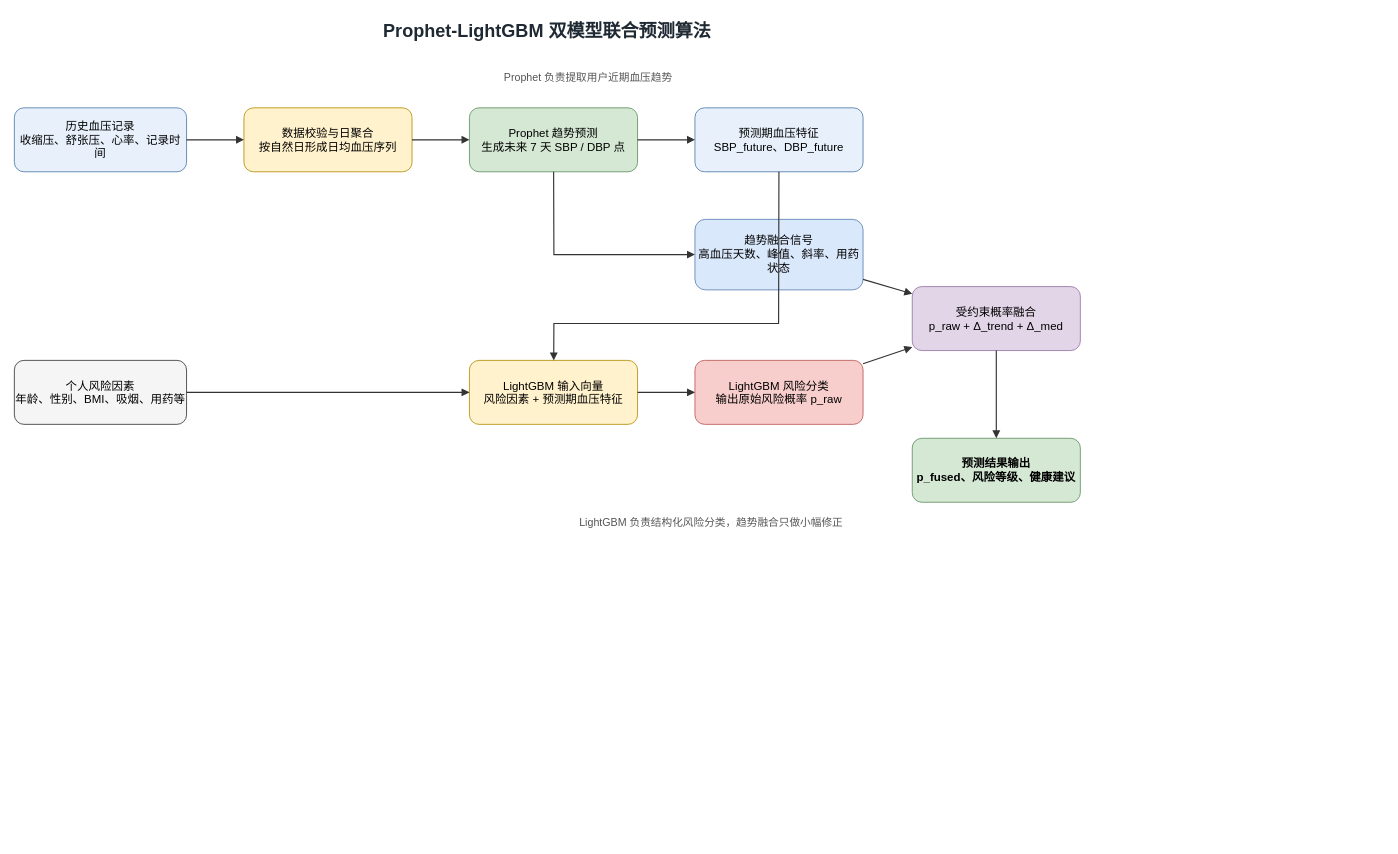
Earlier version of the draw.io diagram lunwen-doc/论文写作材料/thesis-assets/diagrams/figure-4-4-dual-model-algorithm.drawio (dylancao9527/HPS). Source tidied: cells renumbered, new cells numbered last; positions are measured from the earlier drawing's top-left corner, leaving out a move shared by most shapes. Both pictures are drawn from the tidied source at 82%, with x=0, y=0 at pixel (14, 14).
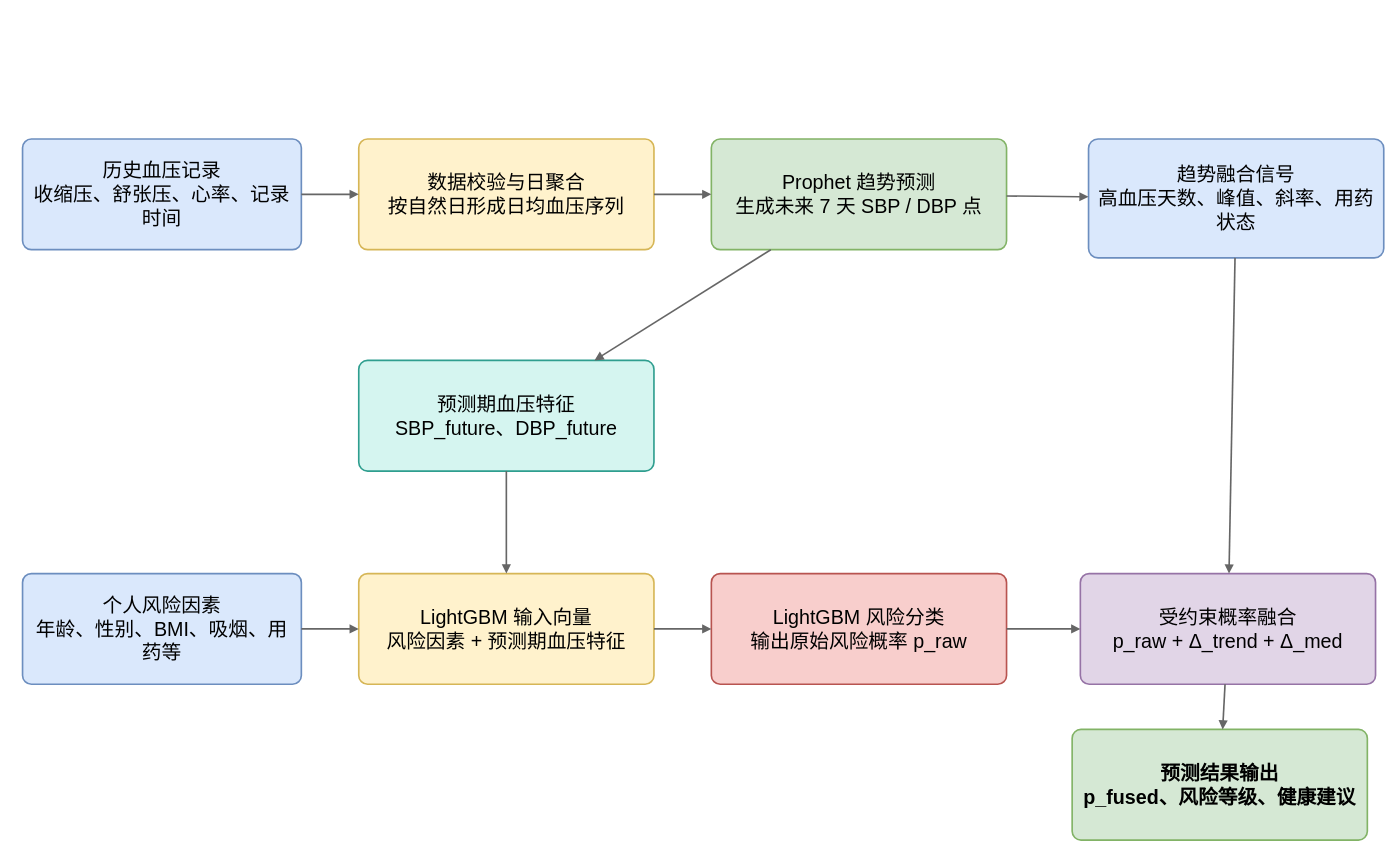
The same diagram, later.

Diff of the diagram source:
```diff
@@
-    <mxCell id="2" value="Prophet-LightGBM 双模型联合预测算法" style="text;html=1;strokeColor=none;fillColor=none;align=center;verticalAlign=middle;whiteSpace=wrap;fontFamily=Microsoft YaHei;fontSize=22;fontStyle=1;fontColor=#1f2933;" parent="1" vertex="1">
-      <mxGeometry x="360" width="580" height="42" as="geometry" />
-    </mxCell>
-    <mxCell id="3" value="历史血压记录&#10;收缩压、舒张压、心率、记录时间" style="rounded=1;whiteSpace=wrap;html=1;fillColor=#e8f1fb;strokeColor=#4b78a8;fontFamily=Microsoft YaHei;fontSize=14;" parent="1" vertex="1">
-      <mxGeometry y="114" width="210" height="78" as="geometry" />
+    <mxCell id="3" value="历史血压记录&#10;收缩压、舒张压、心率、记录时间" style="rounded=1;arcSize=8;fillColor=#dae8fc;strokeColor=#6c8ebf;strokeWidth=2;whiteSpace=wrap;html=1;fontFamily=Microsoft YaHei;fontSize=24;align=center;verticalAlign=middle;spacing=12;spacingTop=8;spacingBottom=8;" parent="1" vertex="1">
+      <mxGeometry x="10" y="152" width="340" height="135" as="geometry" />
     </mxCell>
-    <mxCell id="4" value="个人风险因素&#10;年龄、性别、BMI、吸烟、用药等" style="rounded=1;whiteSpace=wrap;html=1;fillColor=#f5f5f5;strokeColor=#333333;fontFamily=Microsoft YaHei;fontSize=14;" parent="1" vertex="1">
-      <mxGeometry y="422" width="210" height="78" as="geometry" />
-    </mxCell>
-    <mxCell id="5" value="数据校验与日聚合&#10;按自然日形成日均血压序列" style="rounded=1;whiteSpace=wrap;html=1;fillColor=#fff2cc;strokeColor=#b38b00;fontFamily=Microsoft YaHei;fontSize=14;" parent="1" vertex="1">
-      <mxGeometry x="280" y="114" width="205" height="78" as="geometry" />
+    <mxCell id="5" value="数据校验与日聚合&#10;按自然日形成日均血压序列" style="rounded=1;arcSize=8;fillColor=#fff2cc;strokeColor=#d6b656;strokeWidth=2;fontFamily=Cambria Math;whiteSpace=wrap;html=1;fontFamily=Microsoft YaHei;fontSize=24;align=center;verticalAlign=middle;spacing=12;spacingTop=8;spacingBottom=8;" parent="1" vertex="1">
+      <mxGeometry x="420" y="152" width="360" height="135" as="geometry" />
     </mxCell>
-    <mxCell id="6" value="Prophet 趋势预测&#10;生成未来 7 天 SBP / DBP 点" style="rounded=1;whiteSpace=wrap;html=1;fillColor=#d5e8d4;strokeColor=#5f8f5f;fontFamily=Microsoft YaHei;fontSize=14;" parent="1" vertex="1">
-      <mxGeometry x="555" y="114" width="205" height="78" as="geometry" />
+    <mxCell id="6" value="Prophet 趋势预测&#10;生成未来 7 天 SBP / DBP 点" style="rounded=1;arcSize=8;fillColor=#d5e8d4;strokeColor=#82b366;strokeWidth=2;whiteSpace=wrap;html=1;fontFamily=Microsoft YaHei;fontSize=24;align=center;verticalAlign=middle;spacing=12;spacingTop=8;spacingBottom=8;" parent="1" vertex="1">
+      <mxGeometry x="850" y="152" width="360" height="135" as="geometry" />
     </mxCell>
-    <mxCell id="7" value="预测期血压特征&#10;SBP_future、DBP_future" style="rounded=1;whiteSpace=wrap;html=1;fillColor=#e8f1fb;strokeColor=#4b78a8;fontFamily=Microsoft YaHei;fontSize=14;" parent="1" vertex="1">
-      <mxGeometry x="830" y="114" width="205" height="78" as="geometry" />
+    <mxCell id="7" value="预测期血压特征&#10;SBP_future、DBP_future" style="rounded=1;arcSize=8;fillColor=#d5f5f0;strokeColor=#2f9e8f;strokeWidth=2;whiteSpace=wrap;html=1;fontFamily=Microsoft YaHei;fontSize=24;align=center;verticalAlign=middle;spacing=12;spacingTop=8;spacingBottom=8;" parent="1" vertex="1">
+      <mxGeometry x="420" y="422" width="360" height="135" as="geometry" />
     </mxCell>
+    <mxCell id="4" value="个人风险因素&#10;年龄、性别、BMI、吸烟、用药等" style="rounded=1;arcSize=8;fillColor=#dae8fc;strokeColor=#6c8ebf;strokeWidth=2;whiteSpace=wrap;html=1;fontFamily=Microsoft YaHei;fontSize=24;align=center;verticalAlign=middle;spacing=12;spacingTop=8;spacingBottom=8;" parent="1" vertex="1">
+      <mxGeometry x="10" y="682" width="340" height="135" as="geometry" />
+    </mxCell>
-    <mxCell id="8" value="LightGBM 输入向量&#10;风险因素 + 预测期血压特征" style="rounded=1;whiteSpace=wrap;html=1;fillColor=#fff2cc;strokeColor=#b38b00;fontFamily=Microsoft YaHei;fontSize=14;" parent="1" vertex="1">
-      <mxGeometry x="555" y="422" width="205" height="78" as="geometry" />
+    <mxCell id="8" value="LightGBM 输入向量&#10;风险因素 + 预测期血压特征" style="rounded=1;arcSize=8;fillColor=#fff2cc;strokeColor=#d6b656;strokeWidth=2;fontFamily=Cambria Math;whiteSpace=wrap;html=1;fontFamily=Microsoft YaHei;fontSize=24;align=center;verticalAlign=middle;spacing=12;spacingTop=8;spacingBottom=8;" parent="1" vertex="1">
+      <mxGeometry x="420" y="682" width="360" height="135" as="geometry" />
     </mxCell>
-    <mxCell id="9" value="LightGBM 风险分类&#10;输出原始风险概率 p_raw" style="rounded=1;whiteSpace=wrap;html=1;fillColor=#f8cecc;strokeColor=#b85450;fontFamily=Microsoft YaHei;fontSize=14;" parent="1" vertex="1">
-      <mxGeometry x="830" y="422" width="205" height="78" as="geometry" />
+    <mxCell id="9" value="LightGBM 风险分类&#10;输出原始风险概率 p_raw" style="rounded=1;arcSize=8;fillColor=#f8cecc;strokeColor=#b85450;strokeWidth=2;whiteSpace=wrap;html=1;fontFamily=Microsoft YaHei;fontSize=24;align=center;verticalAlign=middle;spacing=12;spacingTop=8;spacingBottom=8;" parent="1" vertex="1">
+      <mxGeometry x="850" y="682" width="360" height="135" as="geometry" />
     </mxCell>
-    <mxCell id="10" value="趋势融合信号&#10;高血压天数、峰值、斜率、用药状态" style="rounded=1;whiteSpace=wrap;html=1;fillColor=#dae8fc;strokeColor=#5a7fb0;fontFamily=Microsoft YaHei;fontSize=14;" parent="1" vertex="1">
-      <mxGeometry x="830" y="250" width="205" height="86" as="geometry" />
+    <mxCell id="10" value="趋势融合信号&#10;高血压天数、峰值、斜率、用药状态" style="rounded=1;arcSize=8;fillColor=#dae8fc;strokeColor=#6c8ebf;strokeWidth=2;whiteSpace=wrap;html=1;fontFamily=Microsoft YaHei;fontSize=24;align=center;verticalAlign=middle;spacing=12;spacingTop=8;spacingBottom=8;" parent="1" vertex="1">
+      <mxGeometry x="1310" y="152" width="360" height="145" as="geometry" />
     </mxCell>
-    <mxCell id="11" value="受约束概率融合&#10;p_raw + Δ_trend + Δ_med" style="rounded=1;whiteSpace=wrap;html=1;fillColor=#e1d5e7;strokeColor=#9673a6;fontFamily=Microsoft YaHei;fontSize=14;" parent="1" vertex="1">
-      <mxGeometry x="1095" y="332" width="205" height="78" as="geometry" />
+    <mxCell id="11" value="受约束概率融合&#10;p_raw + Δ_trend + Δ_med" style="rounded=1;arcSize=8;fillColor=#e1d5e7;strokeColor=#9673a6;strokeWidth=2;whiteSpace=wrap;html=1;fontFamily=Microsoft YaHei;fontSize=24;align=center;verticalAlign=middle;spacing=12;spacingTop=8;spacingBottom=8;" parent="1" vertex="1">
+      <mxGeometry x="1300" y="682" width="360" height="135" as="geometry" />
     </mxCell>
-    <mxCell id="12" value="预测结果输出&#10;p_fused、风险等级、健康建议" style="rounded=1;whiteSpace=wrap;html=1;fillColor=#d5e8d4;strokeColor=#5f8f5f;fontFamily=Microsoft YaHei;fontSize=14;fontStyle=1;" parent="1" vertex="1">
-      <mxGeometry x="1095" y="517" width="205" height="78" as="geometry" />
+    <mxCell id="12" value="预测结果输出&#10;p_fused、风险等级、健康建议" style="rounded=1;arcSize=8;fillColor=#d5e8d4;strokeColor=#82b366;strokeWidth=2;whiteSpace=wrap;html=1;fontFamily=Microsoft YaHei;fontSize=24;align=center;verticalAlign=middle;spacing=12;spacingTop=8;spacingBottom=8;fontStyle=1;" parent="1" vertex="1">
+      <mxGeometry x="1290" y="872" width="360" height="135" as="geometry" />
     </mxCell>
-    <mxCell id="13" value="Prophet 负责提取用户近期血压趋势" style="text;html=1;strokeColor=none;fillColor=none;align=center;verticalAlign=middle;whiteSpace=wrap;fontFamily=Microsoft YaHei;fontSize=13;fontColor=#555555;" parent="1" vertex="1">
-      <mxGeometry x="450" y="64" width="500" height="26" as="geometry" />
-    </mxCell>
-    <mxCell id="14" value="LightGBM 负责结构化风险分类，趋势融合只做小幅修正" style="text;html=1;strokeColor=none;fillColor=none;align=center;verticalAlign=middle;whiteSpace=wrap;fontFamily=Microsoft YaHei;fontSize=13;fontColor=#555555;" parent="1" vertex="1">
-      <mxGeometry x="555" y="607" width="590" height="26" as="geometry" />
-    </mxCell>
-    <mxCell id="15" style="endArrow=block;html=1;rounded=0;strokeColor=#333333;strokeWidth=1.4;" parent="1" edge="1" source="3" target="5">
+    <mxCell id="15" style="endArrow=block;html=1;rounded=0;strokeWidth=2;strokeColor=#666666;fontFamily=Microsoft YaHei;fontSize=24;labelBackgroundColor=#ffffff;" parent="1" edge="1" source="3" target="5">
       <mxGeometry relative="1" as="geometry" />
     </mxCell>
-    <mxCell id="16" style="endArrow=block;html=1;rounded=0;strokeColor=#333333;strokeWidth=1.4;" parent="1" edge="1" source="5" target="6">
+    <mxCell id="16" style="endArrow=block;html=1;rounded=0;strokeWidth=2;strokeColor=#666666;fontFamily=Microsoft YaHei;fontSize=24;labelBackgroundColor=#ffffff;" parent="1" edge="1" source="5" target="6">
       <mxGeometry relative="1" as="geometry" />
     </mxCell>
-    <mxCell id="17" style="endArrow=block;html=1;rounded=0;strokeColor=#333333;strokeWidth=1.4;" parent="1" edge="1" source="6" target="7">
+    <mxCell id="17" style="endArrow=block;html=1;rounded=0;strokeWidth=2;strokeColor=#666666;fontFamily=Microsoft YaHei;fontSize=24;labelBackgroundColor=#ffffff;" parent="1" edge="1" source="6" target="7">
       <mxGeometry relative="1" as="geometry" />
     </mxCell>
-    <mxCell id="18" style="endArrow=block;html=1;rounded=0;strokeColor=#333333;strokeWidth=1.4;" parent="1" edge="1" source="7" target="8">
-      <mxGeometry relative="1" as="geometry">
-        <Array as="points">
-          <mxPoint x="932" y="377" />
-          <mxPoint x="658" y="377" />
-        </Array>
-      </mxGeometry>
+    <mxCell id="18" style="endArrow=block;html=1;rounded=0;strokeWidth=2;strokeColor=#666666;fontFamily=Microsoft YaHei;fontSize=24;labelBackgroundColor=#ffffff;" parent="1" edge="1" source="7" target="8">
+      <mxGeometry relative="1" as="geometry" />
     </mxCell>
-    <mxCell id="19" style="endArrow=block;html=1;rounded=0;strokeColor=#333333;strokeWidth=1.4;" parent="1" edge="1" source="4" target="8">
+    <mxCell id="19" style="endArrow=block;html=1;rounded=0;strokeWidth=2;strokeColor=#666666;fontFamily=Microsoft YaHei;fontSize=24;labelBackgroundColor=#ffffff;" parent="1" edge="1" source="4" target="8">
       <mxGeometry relative="1" as="geometry" />
     </mxCell>
-    <mxCell id="20" style="endArrow=block;html=1;rounded=0;strokeColor=#333333;strokeWidth=1.4;" parent="1" edge="1" source="8" target="9">
+    <mxCell id="20" style="endArrow=block;html=1;rounded=0;strokeWidth=2;strokeColor=#666666;fontFamily=Microsoft YaHei;fontSize=24;labelBackgroundColor=#ffffff;" parent="1" edge="1" source="8" target="9">
       <mxGeometry relative="1" as="geometry" />
     </mxCell>
-    <mxCell id="21" style="endArrow=block;html=1;rounded=0;strokeColor=#333333;strokeWidth=1.4;" parent="1" edge="1" source="6" target="10">
-      <mxGeometry relative="1" as="geometry">
-        <Array as="points">
-          <mxPoint x="658" y="293" />
-        </Array>
-      </mxGeometry>
+    <mxCell id="21" style="endArrow=block;html=1;rounded=0;strokeWidth=2;strokeColor=#666666;fontFamily=Microsoft YaHei;fontSize=24;labelBackgroundColor=#ffffff;" parent="1" edge="1" source="6" target="10">
+      <mxGeometry relative="1" as="geometry" />
     </mxCell>
-    <mxCell id="22" style="endArrow=block;html=1;rounded=0;strokeColor=#333333;strokeWidth=1.4;" parent="1" edge="1" source="10" target="11">
+    <mxCell id="22" style="endArrow=block;html=1;rounded=0;strokeWidth=2;strokeColor=#666666;fontFamily=Microsoft YaHei;fontSize=24;labelBackgroundColor=#ffffff;" parent="1" edge="1" source="10" target="11">
       <mxGeometry relative="1" as="geometry" />
     </mxCell>
-    <mxCell id="23" style="endArrow=block;html=1;rounded=0;strokeColor=#333333;strokeWidth=1.4;" parent="1" edge="1" source="9" target="11">
+    <mxCell id="23" style="endArrow=block;html=1;rounded=0;strokeWidth=2;strokeColor=#666666;fontFamily=Microsoft YaHei;fontSize=24;labelBackgroundColor=#ffffff;" parent="1" edge="1" source="9" target="11">
       <mxGeometry relative="1" as="geometry" />
     </mxCell>
-    <mxCell id="24" style="endArrow=block;html=1;rounded=0;strokeColor=#333333;strokeWidth=1.4;" parent="1" edge="1" source="11" target="12">
+    <mxCell id="24" style="endArrow=block;html=1;rounded=0;strokeWidth=2;strokeColor=#666666;fontFamily=Microsoft YaHei;fontSize=24;labelBackgroundColor=#ffffff;" parent="1" edge="1" source="11" target="12">
       <mxGeometry relative="1" as="geometry" />
     </mxCell>
```
